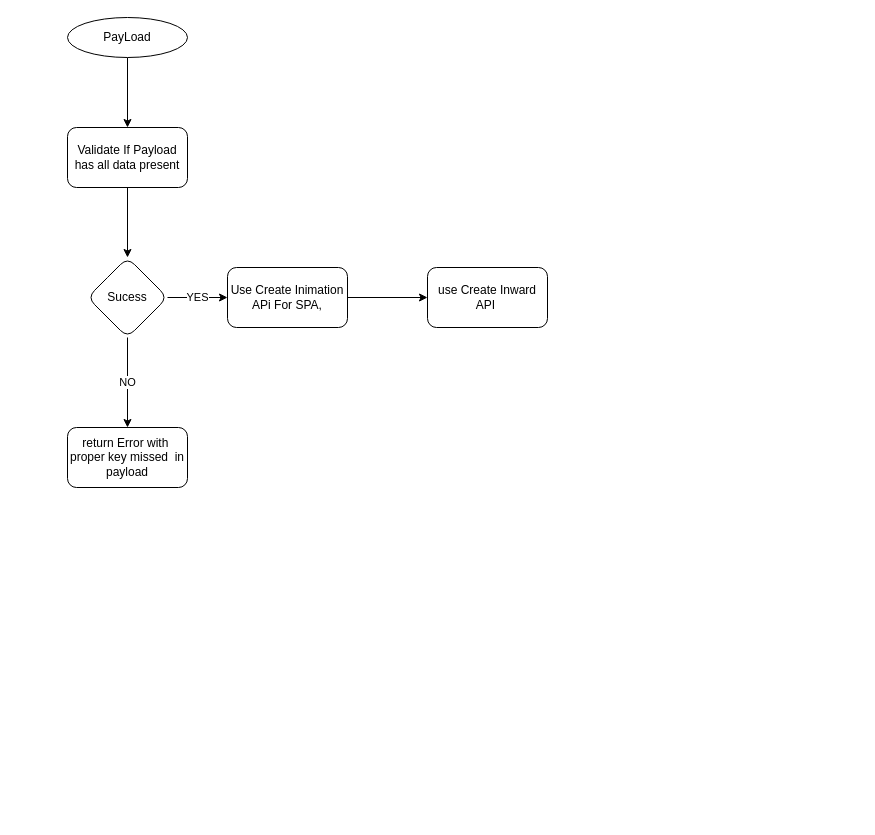
Earlier version of the draw.io diagram page "create Intimation and claim" (2 of 4) of Untitled Diagram.drawio (aashishinvy/aqi). Source tidied: cells renumbered, new cells numbered last; positions are measured from the earlier drawing's top-left corner, leaving out a move shared by most shapes. Both pictures are drawn from the tidied source at 100%, with x=0, y=0 at pixel (67, 17).
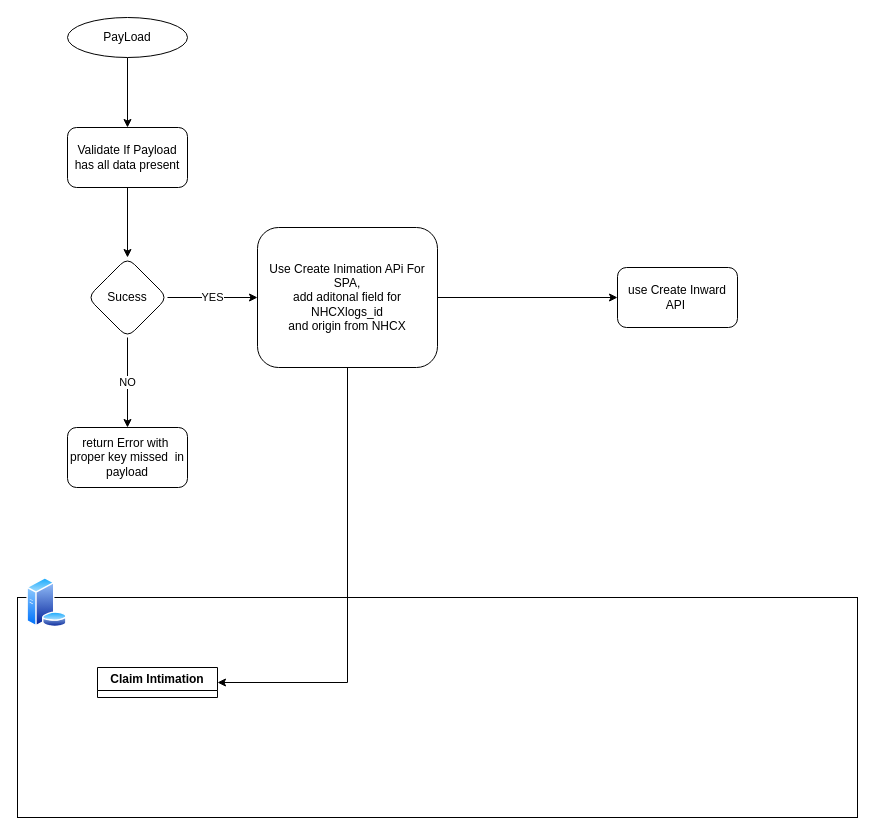
After the change.

Diff of the diagram source:
```diff
@@
 <mxGraphModel>
   <root>
     <mxCell id="0" />
     <mxCell id="1" parent="0" />
     <mxCell id="2" style="edgeStyle=orthogonalEdgeStyle;rounded=0;jettySize=auto;html=1;" parent="1" edge="1" source="3" target="5">
       <mxGeometry relative="1" as="geometry" />
     </mxCell>
     <mxCell id="3" value="PayLoad" style="ellipse;whiteSpace=wrap;html=1;" parent="1" vertex="1">
       <mxGeometry width="120" height="40" as="geometry" />
     </mxCell>
     <mxCell id="4" style="edgeStyle=orthogonalEdgeStyle;rounded=0;jettySize=auto;html=1;" parent="1" edge="1" source="5" target="8">
       <mxGeometry relative="1" as="geometry" />
     </mxCell>
     <mxCell id="5" value="Validate If Payload has all data present" style="rounded=1;whiteSpace=wrap;html=1;" parent="1" vertex="1">
       <mxGeometry y="110" width="120" height="60" as="geometry" />
     </mxCell>
     <mxCell id="6" value="YES" style="edgeStyle=orthogonalEdgeStyle;rounded=0;jettySize=auto;html=1;" parent="1" edge="1" source="8" target="10">
       <mxGeometry relative="1" as="geometry" />
     </mxCell>
     <mxCell id="7" value="NO" style="edgeStyle=orthogonalEdgeStyle;rounded=0;jettySize=auto;html=1;" parent="1" edge="1" source="8" target="11">
       <mxGeometry relative="1" as="geometry" />
     </mxCell>
     <mxCell id="8" value="Sucess" style="rhombus;whiteSpace=wrap;html=1;rounded=1;" parent="1" vertex="1">
       <mxGeometry x="20" y="240" width="80" height="80" as="geometry" />
     </mxCell>
     <mxCell id="9" style="edgeStyle=orthogonalEdgeStyle;rounded=0;jettySize=auto;html=1;" parent="1" edge="1" source="10" target="12">
       <mxGeometry relative="1" as="geometry" />
     </mxCell>
-    <mxCell id="10" value="Use Create Inimation APi For SPA,&lt;br&gt;" style="whiteSpace=wrap;html=1;rounded=1;" parent="1" vertex="1">
-      <mxGeometry x="160" y="250" width="120" height="60" as="geometry" />
+    <mxCell id="10" value="Use Create Inimation APi For SPA,&lt;br&gt;add aditonal field for NHCXlogs_id&lt;br&gt;and origin from NHCX" style="whiteSpace=wrap;html=1;rounded=1;" parent="1" vertex="1">
+      <mxGeometry x="190" y="210" width="180" height="140" as="geometry" />
     </mxCell>
     <mxCell id="11" value="return Error with&amp;nbsp; proper key missed&amp;nbsp; in payload" style="whiteSpace=wrap;html=1;rounded=1;" parent="1" vertex="1">
       <mxGeometry y="410" width="120" height="60" as="geometry" />
     </mxCell>
     <mxCell id="12" value="use Create Inward API&amp;nbsp;" style="whiteSpace=wrap;html=1;rounded=1;" parent="1" vertex="1">
-      <mxGeometry x="360" y="250" width="120" height="60" as="geometry" />
+      <mxGeometry x="550" y="250" width="120" height="60" as="geometry" />
     </mxCell>
+    <mxCell id="13" style="group;" parent="1" vertex="1">
+      <mxGeometry x="-50" y="560" width="840" height="240" as="geometry" />
+    </mxCell>
+    <mxCell id="14" style="rounded=0;whiteSpace=wrap;html=1;" parent="13" vertex="1">
+      <mxGeometry y="20" width="840" height="220" as="geometry" />
+    </mxCell>
+    <mxCell id="15" style="image;perimeter=ellipsePerimeter;html=1;align=center;shadow=0;dashed=0;spacingTop=3;image=img/lib/active_directory/database_server.svg;" parent="13" vertex="1">
+      <mxGeometry x="9" width="41" height="50" as="geometry" />
+    </mxCell>
+    <mxCell id="16" value="Claim Intimation" style="swimlane;whiteSpace=wrap;html=1;" parent="13" vertex="1" collapsed="1">
+      <mxGeometry x="80" y="90" width="120" height="30" as="geometry" />
+    </mxCell>
+    <mxCell id="17" style="edgeStyle=orthogonalEdgeStyle;rounded=0;jettySize=auto;html=1;entryX=1;entryY=0.5;entryDx=0;entryDy=0;" parent="1" edge="1" source="10" target="16">
+      <mxGeometry relative="1" as="geometry">
+        <Array as="points">
+          <mxPoint x="280" y="665" />
+        </Array>
+      </mxGeometry>
+    </mxCell>
   </root>
 </mxGraphModel>
```
